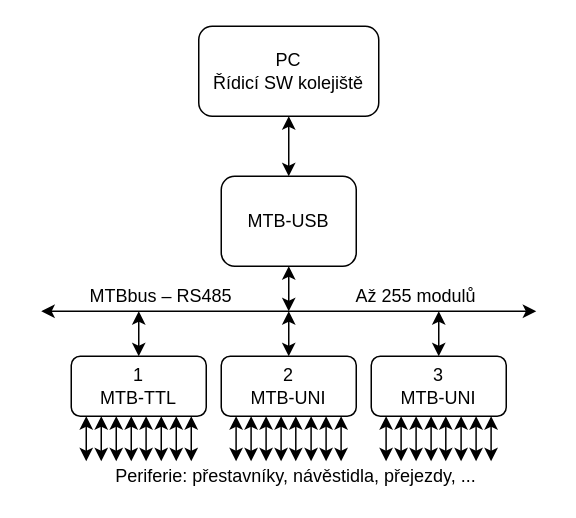
Above: data/mtb-topology.drawio in horacekj/mgrthesis (draw.io), before the change. Source tidied: cells renumbered, new cells numbered last; positions are measured from the earlier drawing's top-left corner, leaving out a move shared by most shapes. Both pictures are drawn from the tidied source at 150%, with x=0, y=0 at pixel (40, 26).
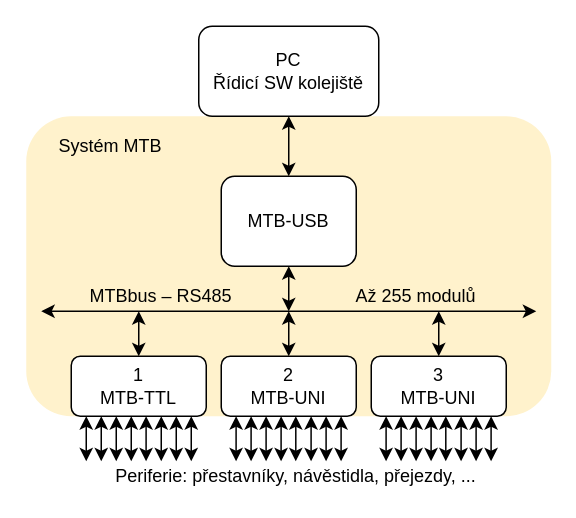
The same diagram, later.

Change to the diagram source:
```diff
@@
+    <mxCell id="40" style="rounded=1;whiteSpace=wrap;html=1;fillColor=#fff2cc;strokeColor=none;" parent="1" vertex="1">
+      <mxGeometry x="-10" y="60" width="350" height="200" as="geometry" />
+    </mxCell>
@@
+    <mxCell id="41" value="&lt;div align=&quot;left&quot;&gt;Systém MTB&lt;/div&gt;" style="text;html=1;strokeColor=none;fillColor=none;align=left;verticalAlign=middle;whiteSpace=wrap;rounded=0;" parent="1" vertex="1">
+      <mxGeometry x="10" y="70" width="80" height="20" as="geometry" />
+    </mxCell>
```
